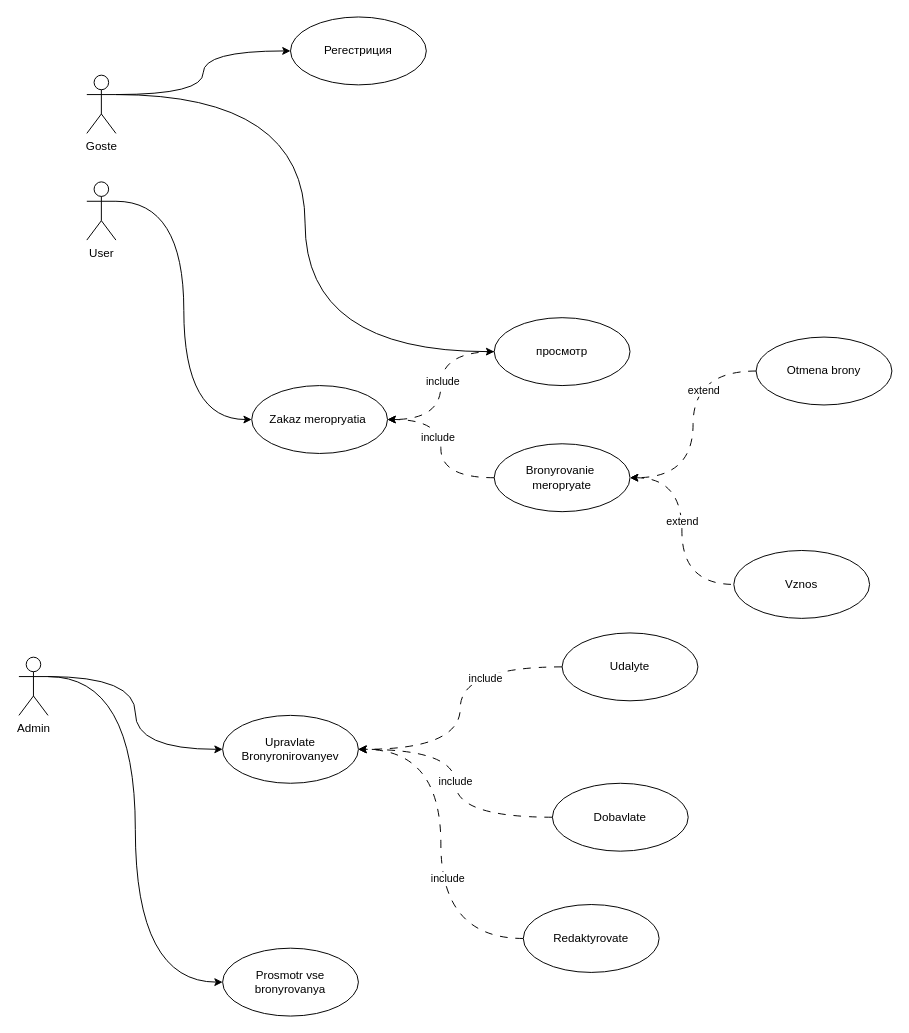
zenfgm/Patterns keeps this draw.io diagram as page "Страница — 1" (1 of 2) of Практика.drawio. Above is the earlier version. Source tidied: cells renumbered, new cells numbered last; positions are measured from the earlier drawing's top-left corner, leaving out a move shared by most shapes. Both pictures are drawn from the tidied source at 97%, with x=0, y=0 at pixel (18, 16).
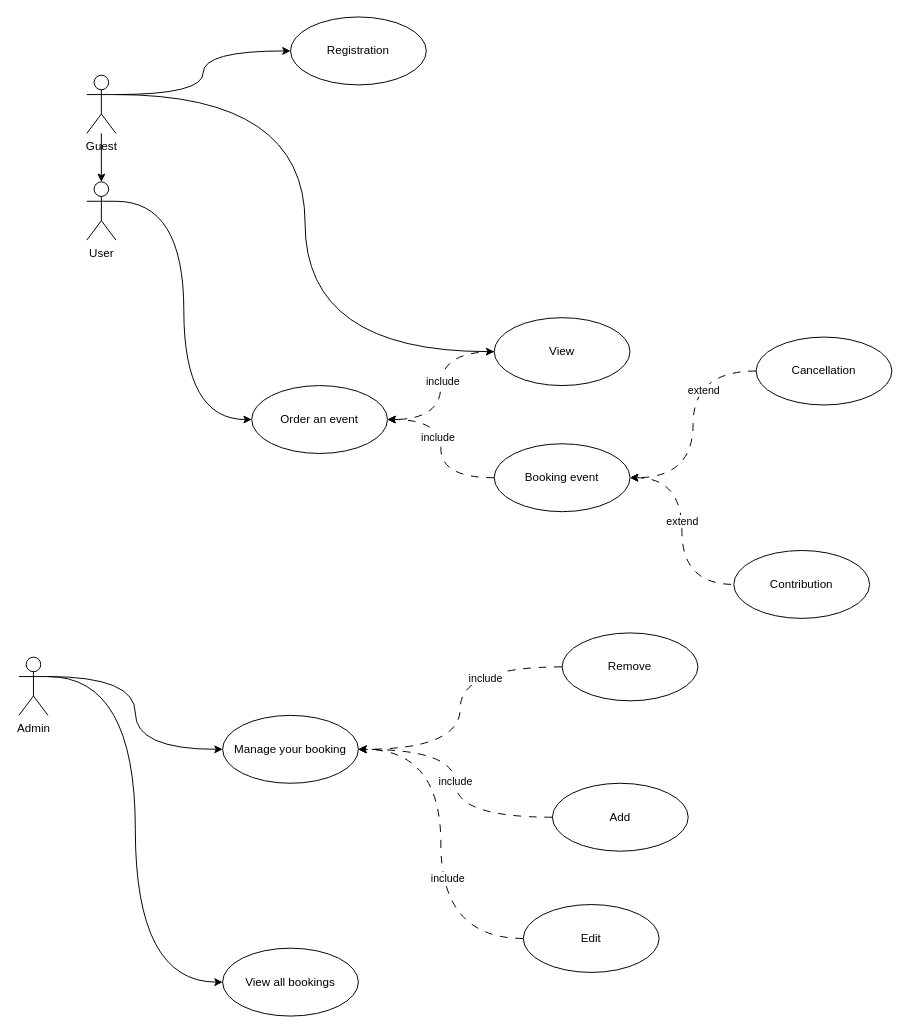
The same diagram, later.

Unchanged cells that the change refers to:
```xml
<mxCell id="6" value="User" style="shape=umlActor;verticalLabelPosition=bottom;verticalAlign=top;html=1;outlineConnect=0;" parent="1" vertex="1">
  <mxGeometry x="70" y="170" width="30" height="60" as="geometry" />
</mxCell>
```

What changed in the source:
```diff
@@
+    <mxCell id="35" style="edgeStyle=orthogonalEdgeStyle;rounded=0;jettySize=auto;html=1;" parent="1" edge="1" source="9" target="6">
+      <mxGeometry relative="1" as="geometry" />
+    </mxCell>
-    <mxCell id="9" value="Goste" style="shape=umlActor;verticalLabelPosition=bottom;verticalAlign=top;html=1;outlineConnect=0;" parent="1" vertex="1">
+    <mxCell id="9" value="Guest" style="shape=umlActor;verticalLabelPosition=bottom;verticalAlign=top;html=1;outlineConnect=0;" parent="1" vertex="1">
       <mxGeometry x="70" y="60" width="30" height="60" as="geometry" />
     </mxCell>
@@
-    <mxCell id="12" value="просмотр" style="ellipse;whiteSpace=wrap;html=1;" parent="1" vertex="1">
+    <mxCell id="12" value="View" style="ellipse;whiteSpace=wrap;html=1;" parent="1" vertex="1">
       <mxGeometry x="490" y="310" width="140" height="70" as="geometry" />
     </mxCell>
-    <mxCell id="13" value="Регестриция" style="ellipse;whiteSpace=wrap;html=1;" parent="1" vertex="1">
+    <mxCell id="13" value="Registration" style="ellipse;whiteSpace=wrap;html=1;" parent="1" vertex="1">
       <mxGeometry x="280" width="140" height="70" as="geometry" />
     </mxCell>
@@
-    <mxCell id="18" value="Bronyrovanie&amp;nbsp;&lt;div&gt;meropryate&lt;/div&gt;" style="ellipse;whiteSpace=wrap;html=1;" parent="1" vertex="1">
+    <mxCell id="18" value="Booking event" style="ellipse;whiteSpace=wrap;html=1;" parent="1" vertex="1">
       <mxGeometry x="490" y="440" width="140" height="70" as="geometry" />
     </mxCell>
@@
-    <mxCell id="21" value="Otmena brony" style="ellipse;whiteSpace=wrap;html=1;" parent="1" vertex="1">
+    <mxCell id="21" value="Cancellation" style="ellipse;whiteSpace=wrap;html=1;" parent="1" vertex="1">
       <mxGeometry x="760" y="330" width="140" height="70" as="geometry" />
     </mxCell>
-    <mxCell id="22" value="Zakaz meropryatia&amp;nbsp;" style="ellipse;whiteSpace=wrap;html=1;" parent="1" vertex="1">
+    <mxCell id="22" value="Order an event" style="ellipse;whiteSpace=wrap;html=1;" parent="1" vertex="1">
       <mxGeometry x="240" y="380" width="140" height="70" as="geometry" />
     </mxCell>
-    <mxCell id="23" value="Vznos" style="ellipse;whiteSpace=wrap;html=1;" parent="1" vertex="1">
+    <mxCell id="23" value="Contribution" style="ellipse;whiteSpace=wrap;html=1;" parent="1" vertex="1">
       <mxGeometry x="737" y="550" width="140" height="70" as="geometry" />
     </mxCell>
-    <mxCell id="24" value="Upravlate Bronyronirovanyev" style="ellipse;whiteSpace=wrap;html=1;" parent="1" vertex="1">
+    <mxCell id="24" value="Manage your booking" style="ellipse;whiteSpace=wrap;html=1;" parent="1" vertex="1">
       <mxGeometry x="210" y="720" width="140" height="70" as="geometry" />
     </mxCell>
@@
-    <mxCell id="27" value="Udalyte" style="ellipse;whiteSpace=wrap;html=1;" parent="1" vertex="1">
+    <mxCell id="27" value="Remove" style="ellipse;whiteSpace=wrap;html=1;" parent="1" vertex="1">
       <mxGeometry x="560" y="635" width="140" height="70" as="geometry" />
     </mxCell>
@@
-    <mxCell id="30" value="Dobavlate" style="ellipse;whiteSpace=wrap;html=1;" parent="1" vertex="1">
+    <mxCell id="30" value="Add" style="ellipse;whiteSpace=wrap;html=1;" parent="1" vertex="1">
       <mxGeometry x="550" y="790" width="140" height="70" as="geometry" />
     </mxCell>
@@
-    <mxCell id="33" value="Redaktyrovate" style="ellipse;whiteSpace=wrap;html=1;" parent="1" vertex="1">
+    <mxCell id="33" value="Edit" style="ellipse;whiteSpace=wrap;html=1;" parent="1" vertex="1">
       <mxGeometry x="520" y="915" width="140" height="70" as="geometry" />
     </mxCell>
-    <mxCell id="34" value="Prosmotr vse bronyrovanya" style="ellipse;whiteSpace=wrap;html=1;" parent="1" vertex="1">
+    <mxCell id="34" value="View all bookings" style="ellipse;whiteSpace=wrap;html=1;" parent="1" vertex="1">
       <mxGeometry x="210" y="960" width="140" height="70" as="geometry" />
     </mxCell>
```
